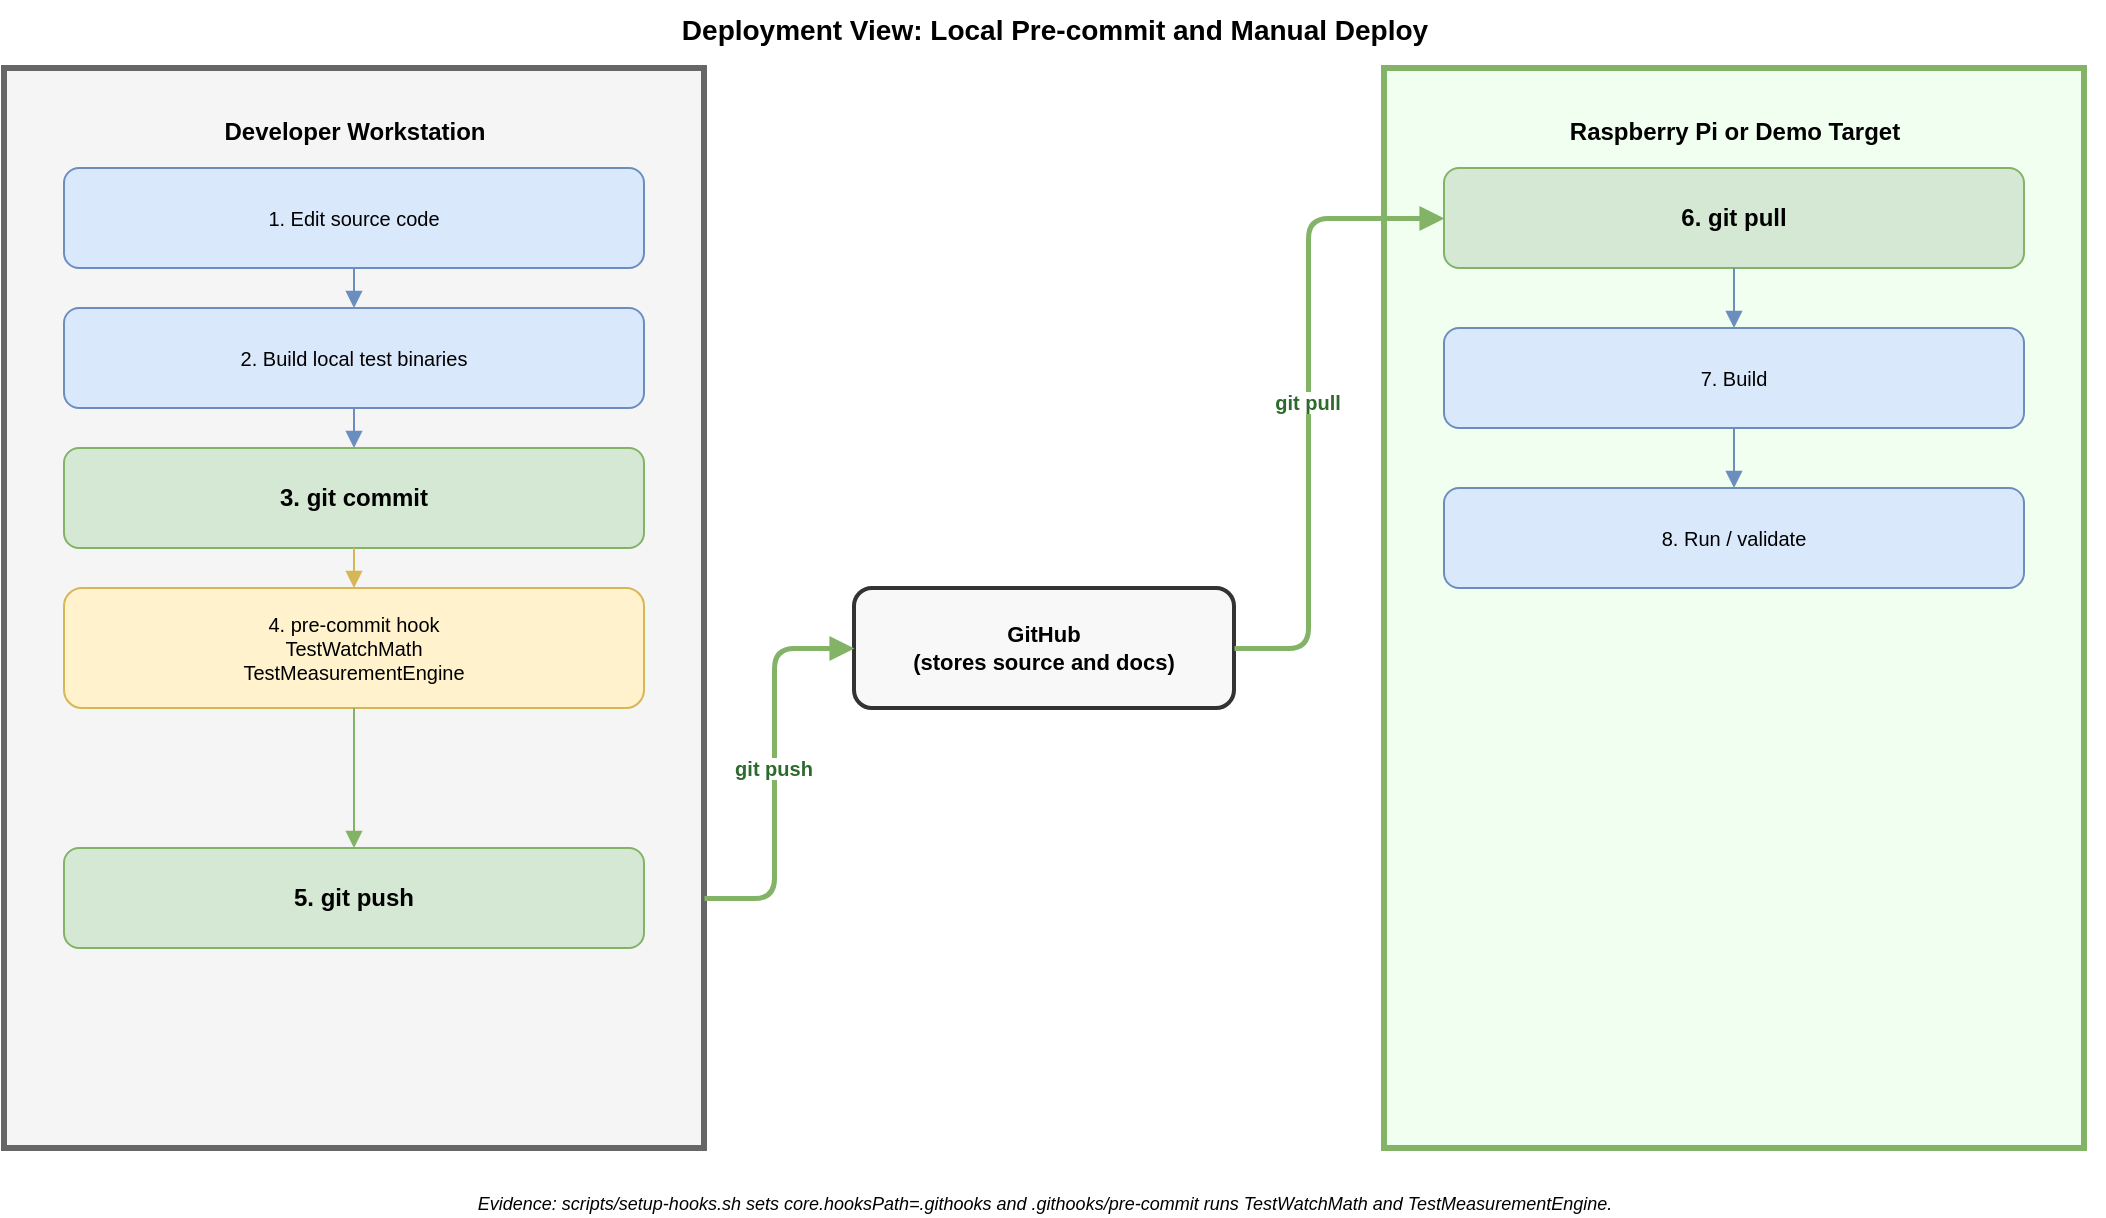
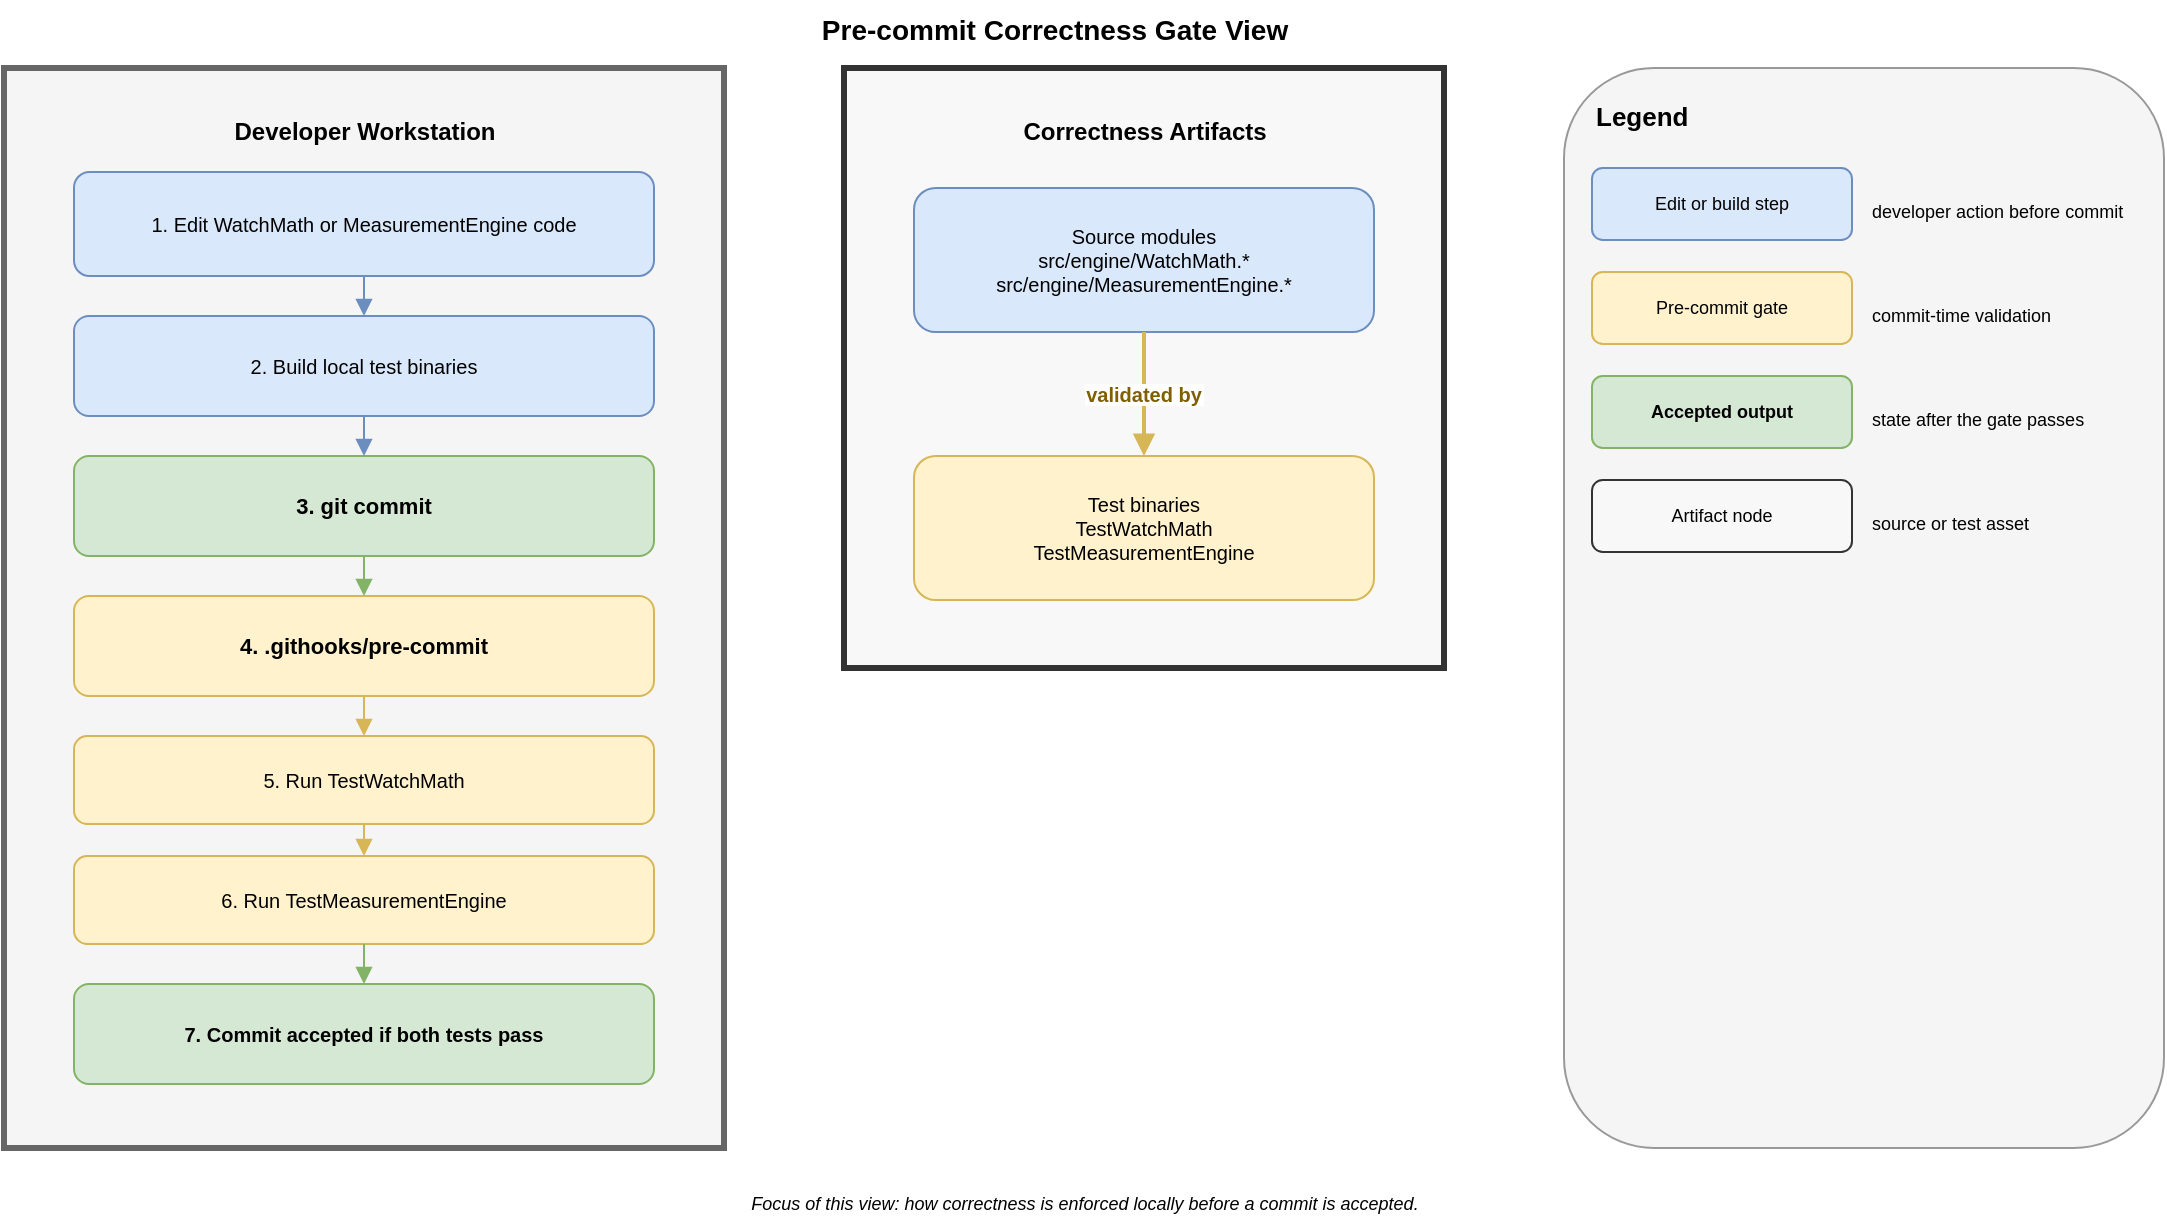
<mxfile host="65bd71144e">
-     <diagram id="eGPjmnUO7QiVlHh5mDwl" name="Local Pre-commit and Manual Deploy">
-         <mxGraphModel dx="906" dy="497" grid="1" gridSize="10" guides="1" tooltips="1" connect="1" arrows="1" fold="1" page="1" pageScale="1" pageWidth="1400" pageHeight="640" math="0" shadow="0">
+     <diagram id="precommitCorrectnessGateView" name="Pre-commit Correctness Gate View">
+         <mxGraphModel dx="730" dy="827" grid="1" gridSize="10" guides="1" tooltips="1" connect="1" arrows="1" fold="1" page="1" pageScale="1" pageWidth="1400" pageHeight="640" math="0" shadow="0">
            <root>
                <mxCell id="0"/>
                <mxCell id="1" parent="0"/>
-                 <mxCell id="title" value="Deployment View: Local Pre-commit and Manual Deploy" style="text;html=1;strokeColor=none;fillColor=none;align=center;fontSize=14;fontStyle=1;" parent="1" vertex="1">
+                 <mxCell id="title" value="Pre-commit Correctness Gate View" style="text;html=1;strokeColor=none;fillColor=none;align=center;fontSize=14;fontStyle=1;" parent="1" vertex="1">
                    <mxGeometry x="30" y="6" width="1050" height="26" as="geometry"/>
                </mxCell>
                <mxCell id="DEV" value="" style="rounded=0;whiteSpace=wrap;html=1;fillColor=#f5f5f5;strokeColor=#666666;strokeWidth=3;" parent="1" vertex="1">
-                     <mxGeometry x="30" y="40" width="350" height="540" as="geometry"/>
+                     <mxGeometry x="30" y="40" width="360" height="540" as="geometry"/>
                </mxCell>
                <mxCell id="DEV_NM" value="Developer Workstation" style="text;html=1;strokeColor=none;fillColor=none;fontStyle=1;fontSize=12;align=center;" parent="1" vertex="1">
-                     <mxGeometry x="30" y="58" width="350" height="20" as="geometry"/>
+                     <mxGeometry x="30" y="58" width="360" height="20" as="geometry"/>
                </mxCell>
-                 <mxCell id="D1" value="1. Edit source code" style="rounded=1;whiteSpace=wrap;html=1;fillColor=#dae8fc;strokeColor=#6c8ebf;fontSize=10;" parent="1" vertex="1">
-                     <mxGeometry x="60" y="90" width="290" height="50" as="geometry"/>
+                 <mxCell id="D1" value="1. Edit WatchMath or MeasurementEngine code" style="rounded=1;whiteSpace=wrap;html=1;fillColor=#dae8fc;strokeColor=#6c8ebf;fontSize=10;" parent="1" vertex="1">
+                     <mxGeometry x="65" y="92" width="290" height="52" as="geometry"/>
                </mxCell>
                <mxCell id="D2" value="2. Build local test binaries" style="rounded=1;whiteSpace=wrap;html=1;fillColor=#dae8fc;strokeColor=#6c8ebf;fontSize=10;" parent="1" vertex="1">
-                     <mxGeometry x="60" y="160" width="290" height="50" as="geometry"/>
+                     <mxGeometry x="65" y="164" width="290" height="50" as="geometry"/>
                </mxCell>
-                 <mxCell id="D3" value="3. git commit" style="rounded=1;whiteSpace=wrap;html=1;fillColor=#d5e8d4;strokeColor=#82b366;fontStyle=1;fontSize=12;" parent="1" vertex="1">
-                     <mxGeometry x="60" y="230" width="290" height="50" as="geometry"/>
+                 <mxCell id="D3" value="3. git commit" style="rounded=1;whiteSpace=wrap;html=1;fillColor=#d5e8d4;strokeColor=#82b366;fontStyle=1;fontSize=11;" parent="1" vertex="1">
+                     <mxGeometry x="65" y="234" width="290" height="50" as="geometry"/>
                </mxCell>
-                 <mxCell id="D4" value="4. pre-commit hook&#xa;TestWatchMath&#xa;TestMeasurementEngine" style="rounded=1;whiteSpace=wrap;html=1;fillColor=#fff2cc;strokeColor=#d6b656;fontSize=10;" parent="1" vertex="1">
-                     <mxGeometry x="60" y="300" width="290" height="60" as="geometry"/>
+                 <mxCell id="D4" value="4. .githooks/pre-commit" style="rounded=1;whiteSpace=wrap;html=1;fillColor=#fff2cc;strokeColor=#d6b656;fontStyle=1;fontSize=11;" parent="1" vertex="1">
+                     <mxGeometry x="65" y="304" width="290" height="50" as="geometry"/>
                </mxCell>
-                 <mxCell id="D5" value="5. git push" style="rounded=1;whiteSpace=wrap;html=1;fillColor=#d5e8d4;strokeColor=#82b366;fontStyle=1;fontSize=12;" parent="1" vertex="1">
-                     <mxGeometry x="60" y="430" width="290" height="50" as="geometry"/>
+                 <mxCell id="D5" value="5. Run TestWatchMath" style="rounded=1;whiteSpace=wrap;html=1;fillColor=#fff2cc;strokeColor=#d6b656;fontSize=10;" parent="1" vertex="1">
+                     <mxGeometry x="65" y="374" width="290" height="44" as="geometry"/>
+                 </mxCell>
+                 <mxCell id="D6" value="6. Run TestMeasurementEngine" style="rounded=1;whiteSpace=wrap;html=1;fillColor=#fff2cc;strokeColor=#d6b656;fontSize=10;" parent="1" vertex="1">
+                     <mxGeometry x="65" y="434" width="290" height="44" as="geometry"/>
+                 </mxCell>
+                 <mxCell id="D7" value="7. Commit accepted if both tests pass" style="rounded=1;whiteSpace=wrap;html=1;fillColor=#d5e8d4;strokeColor=#82b366;fontStyle=1;fontSize=10;" parent="1" vertex="1">
+                     <mxGeometry x="65" y="498" width="290" height="50" as="geometry"/>
                </mxCell>
                <mxCell id="d1d2" value="" style="edgeStyle=orthogonalEdgeStyle;rounded=1;curved=1;endArrow=block;endFill=1;strokeColor=#6c8ebf;" parent="1" source="D1" target="D2" edge="1">
                    <mxGeometry relative="1" as="geometry"/>
                </mxCell>
                <mxCell id="d2d3" value="" style="edgeStyle=orthogonalEdgeStyle;rounded=1;curved=1;endArrow=block;endFill=1;strokeColor=#6c8ebf;" parent="1" source="D2" target="D3" edge="1">
                    <mxGeometry relative="1" as="geometry"/>
                </mxCell>
-                 <mxCell id="d3d4" value="" style="edgeStyle=orthogonalEdgeStyle;rounded=1;curved=1;endArrow=block;endFill=1;strokeColor=#d6b656;" parent="1" source="D3" target="D4" edge="1">
+                 <mxCell id="d3d4" value="" style="edgeStyle=orthogonalEdgeStyle;rounded=1;curved=1;endArrow=block;endFill=1;strokeColor=#82b366;" parent="1" source="D3" target="D4" edge="1">
                    <mxGeometry relative="1" as="geometry"/>
                </mxCell>
-                 <mxCell id="d4d5" value="" style="edgeStyle=orthogonalEdgeStyle;rounded=1;curved=1;endArrow=block;endFill=1;strokeColor=#82b366;" parent="1" source="D4" target="D5" edge="1">
+                 <mxCell id="d4d5" value="" style="edgeStyle=orthogonalEdgeStyle;rounded=1;curved=1;endArrow=block;endFill=1;strokeColor=#d6b656;" parent="1" source="D4" target="D5" edge="1">
                    <mxGeometry relative="1" as="geometry"/>
                </mxCell>
-                 <mxCell id="GH" value="GitHub&#xa;(stores source and docs)" style="rounded=1;whiteSpace=wrap;html=1;fillColor=#f8f8f8;strokeColor=#333333;strokeWidth=2;fontStyle=1;fontSize=11;" parent="1" vertex="1">
-                     <mxGeometry x="455" y="300" width="190" height="60" as="geometry"/>
-                 </mxCell>
-                 <mxCell id="RPI" value="" style="rounded=0;whiteSpace=wrap;html=1;fillColor=#f0fff0;strokeColor=#82b366;strokeWidth=3;" parent="1" vertex="1">
-                     <mxGeometry x="720" y="40" width="350" height="540" as="geometry"/>
-                 </mxCell>
-                 <mxCell id="RPI_NM" value="Raspberry Pi or Demo Target" style="text;html=1;strokeColor=none;fillColor=none;fontStyle=1;fontSize=12;align=center;" parent="1" vertex="1">
-                     <mxGeometry x="720" y="58" width="350" height="20" as="geometry"/>
-                 </mxCell>
-                 <mxCell id="R1" value="6. git pull" style="rounded=1;whiteSpace=wrap;html=1;fillColor=#d5e8d4;strokeColor=#82b366;fontStyle=1;fontSize=12;" parent="1" vertex="1">
-                     <mxGeometry x="750" y="90" width="290" height="50" as="geometry"/>
-                 </mxCell>
-                 <mxCell id="R2" value="7. Build" style="rounded=1;whiteSpace=wrap;html=1;fillColor=#dae8fc;strokeColor=#6c8ebf;fontSize=10;" parent="1" vertex="1">
-                     <mxGeometry x="750" y="170" width="290" height="50" as="geometry"/>
-                 </mxCell>
-                 <mxCell id="R3" value="8. Run / validate" style="rounded=1;whiteSpace=wrap;html=1;fillColor=#dae8fc;strokeColor=#6c8ebf;fontSize=10;" parent="1" vertex="1">
-                     <mxGeometry x="750" y="250" width="290" height="50" as="geometry"/>
-                 </mxCell>
-                 <mxCell id="r1r2" value="" style="edgeStyle=orthogonalEdgeStyle;rounded=1;curved=1;endArrow=block;endFill=1;strokeColor=#6c8ebf;" parent="1" source="R1" target="R2" edge="1">
+                 <mxCell id="d5d6" value="" style="edgeStyle=orthogonalEdgeStyle;rounded=1;curved=1;endArrow=block;endFill=1;strokeColor=#d6b656;" parent="1" source="D5" target="D6" edge="1">
                    <mxGeometry relative="1" as="geometry"/>
                </mxCell>
-                 <mxCell id="r2r3" value="" style="edgeStyle=orthogonalEdgeStyle;rounded=1;curved=1;endArrow=block;endFill=1;strokeColor=#6c8ebf;" parent="1" source="R2" target="R3" edge="1">
+                 <mxCell id="d6d7" value="" style="edgeStyle=orthogonalEdgeStyle;rounded=1;curved=1;endArrow=block;endFill=1;strokeColor=#82b366;" parent="1" source="D6" target="D7" edge="1">
                    <mxGeometry relative="1" as="geometry"/>
                </mxCell>
-                 <mxCell id="PUSH" value="git push" style="endArrow=block;endFill=1;strokeColor=#82b366;strokeWidth=2.5;fontColor=#2d6a2d;fontStyle=1;fontSize=10;exitX=1;exitY=0.5;exitDx=0;exitDy=0;" parent="1" edge="1">
+                 <mxCell id="ART" value="" style="rounded=0;whiteSpace=wrap;html=1;fillColor=#f8f8f8;strokeColor=#333333;strokeWidth=3;" parent="1" vertex="1">
+                     <mxGeometry x="450" y="40" width="300" height="300" as="geometry"/>
+                 </mxCell>
+                 <mxCell id="ART_NM" value="Correctness Artifacts" style="text;html=1;strokeColor=none;fillColor=none;fontStyle=1;fontSize=12;align=center;" parent="1" vertex="1">
+                     <mxGeometry x="450" y="58" width="300" height="20" as="geometry"/>
+                 </mxCell>
+                 <mxCell id="A1" value="Source modules&#xa;src/engine/WatchMath.*&#xa;src/engine/MeasurementEngine.*" style="rounded=1;whiteSpace=wrap;html=1;fillColor=#dae8fc;strokeColor=#6c8ebf;fontSize=10;" parent="1" vertex="1">
+                     <mxGeometry x="485" y="100" width="230" height="72" as="geometry"/>
+                 </mxCell>
+                 <mxCell id="A2" value="Test binaries&#xa;TestWatchMath&#xa;TestMeasurementEngine" style="rounded=1;whiteSpace=wrap;html=1;fillColor=#fff2cc;strokeColor=#d6b656;fontSize=10;" parent="1" vertex="1">
+                     <mxGeometry x="485" y="234" width="230" height="72" as="geometry"/>
+                 </mxCell>
+                 <mxCell id="map1" value="validated by" style="endArrow=block;endFill=1;strokeColor=#d6b656;strokeWidth=2;fontColor=#7f6000;fontStyle=1;fontSize=10;entryX=0.5;entryY=0;entryDx=0;entryDy=0;" parent="1" edge="1" target="A2">
                    <mxGeometry relative="1" as="geometry">
-                         <mxPoint x="380" y="455" as="sourcePoint"/>
-                         <mxPoint x="455" y="330" as="targetPoint"/>
-                         <Array as="points">
-                             <mxPoint x="415" y="455"/>
-                             <mxPoint x="415" y="330"/>
-                         </Array>
+                         <mxPoint x="600" y="172" as="sourcePoint"/>
+                         <mxPoint x="600" y="208" as="targetPoint"/>
                    </mxGeometry>
                </mxCell>
-                 <mxCell id="PULL" value="git pull" style="endArrow=block;endFill=1;strokeColor=#82b366;strokeWidth=2.5;fontColor=#2d6a2d;fontStyle=1;fontSize=10;" parent="1" edge="1">
-                     <mxGeometry relative="1" as="geometry">
-                         <mxPoint x="645" y="330" as="sourcePoint"/>
-                         <mxPoint x="750" y="115" as="targetPoint"/>
-                         <Array as="points">
-                             <mxPoint x="682" y="330"/>
-                             <mxPoint x="682" y="115"/>
-                         </Array>
-                     </mxGeometry>
+                 <mxCell id="LEG" value="" style="rounded=1;whiteSpace=wrap;html=1;fillColor=#f5f5f5;strokeColor=#999999;" parent="1" vertex="1">
+                     <mxGeometry x="810" y="40" width="300" height="540" as="geometry"/>
                </mxCell>
-                 <mxCell id="NOTE" value="Evidence: scripts/setup-hooks.sh sets core.hooksPath=.githooks and .githooks/pre-commit runs TestWatchMath and TestMeasurementEngine." style="text;html=1;strokeColor=none;fillColor=none;align=center;fontSize=9;fontStyle=2;" parent="1" vertex="1">
-                     <mxGeometry x="30" y="596" width="1040" height="16" as="geometry"/>
+                 <mxCell id="LEG_T" value="Legend" style="text;html=1;strokeColor=none;fillColor=none;fontStyle=1;fontSize=13;align=left;" parent="1" vertex="1">
+                     <mxGeometry x="824" y="50" width="80" height="20" as="geometry"/>
+                 </mxCell>
+                 <mxCell id="L1" value="Edit or build step" style="rounded=1;whiteSpace=wrap;html=1;fillColor=#dae8fc;strokeColor=#6c8ebf;fontSize=9;" parent="1" vertex="1">
+                     <mxGeometry x="824" y="90" width="130" height="36" as="geometry"/>
+                 </mxCell>
+                 <mxCell id="L1T" value="developer action before commit" style="text;html=1;strokeColor=none;fillColor=none;align=left;fontSize=9;" parent="1" vertex="1">
+                     <mxGeometry x="962" y="100" width="132" height="16" as="geometry"/>
+                 </mxCell>
+                 <mxCell id="L2" value="Pre-commit gate" style="rounded=1;whiteSpace=wrap;html=1;fillColor=#fff2cc;strokeColor=#d6b656;fontSize=9;" parent="1" vertex="1">
+                     <mxGeometry x="824" y="142" width="130" height="36" as="geometry"/>
+                 </mxCell>
+                 <mxCell id="L2T" value="commit-time validation" style="text;html=1;strokeColor=none;fillColor=none;align=left;fontSize=9;" parent="1" vertex="1">
+                     <mxGeometry x="962" y="152" width="132" height="16" as="geometry"/>
+                 </mxCell>
+                 <mxCell id="L3" value="Accepted output" style="rounded=1;whiteSpace=wrap;html=1;fillColor=#d5e8d4;strokeColor=#82b366;fontSize=9;fontStyle=1;" parent="1" vertex="1">
+                     <mxGeometry x="824" y="194" width="130" height="36" as="geometry"/>
+                 </mxCell>
+                 <mxCell id="L3T" value="state after the gate passes" style="text;html=1;strokeColor=none;fillColor=none;align=left;fontSize=9;" parent="1" vertex="1">
+                     <mxGeometry x="962" y="204" width="132" height="16" as="geometry"/>
+                 </mxCell>
+                 <mxCell id="L4" value="Artifact node" style="rounded=1;whiteSpace=wrap;html=1;fillColor=#f8f8f8;strokeColor=#333333;fontSize=9;" parent="1" vertex="1">
+                     <mxGeometry x="824" y="246" width="130" height="36" as="geometry"/>
+                 </mxCell>
+                 <mxCell id="L4T" value="source or test asset" style="text;html=1;strokeColor=none;fillColor=none;align=left;fontSize=9;" parent="1" vertex="1">
+                     <mxGeometry x="962" y="256" width="132" height="16" as="geometry"/>
+                 </mxCell>
+                 <mxCell id="NOTE" value="Focus of this view: how correctness is enforced locally before a commit is accepted." style="text;html=1;strokeColor=none;fillColor=none;align=center;fontSize=9;fontStyle=2;" parent="1" vertex="1">
+                     <mxGeometry x="30" y="596" width="1080" height="16" as="geometry"/>
                </mxCell>
            </root>
        </mxGraphModel>
    </diagram>
- </mxfile>
+ </mxfile>